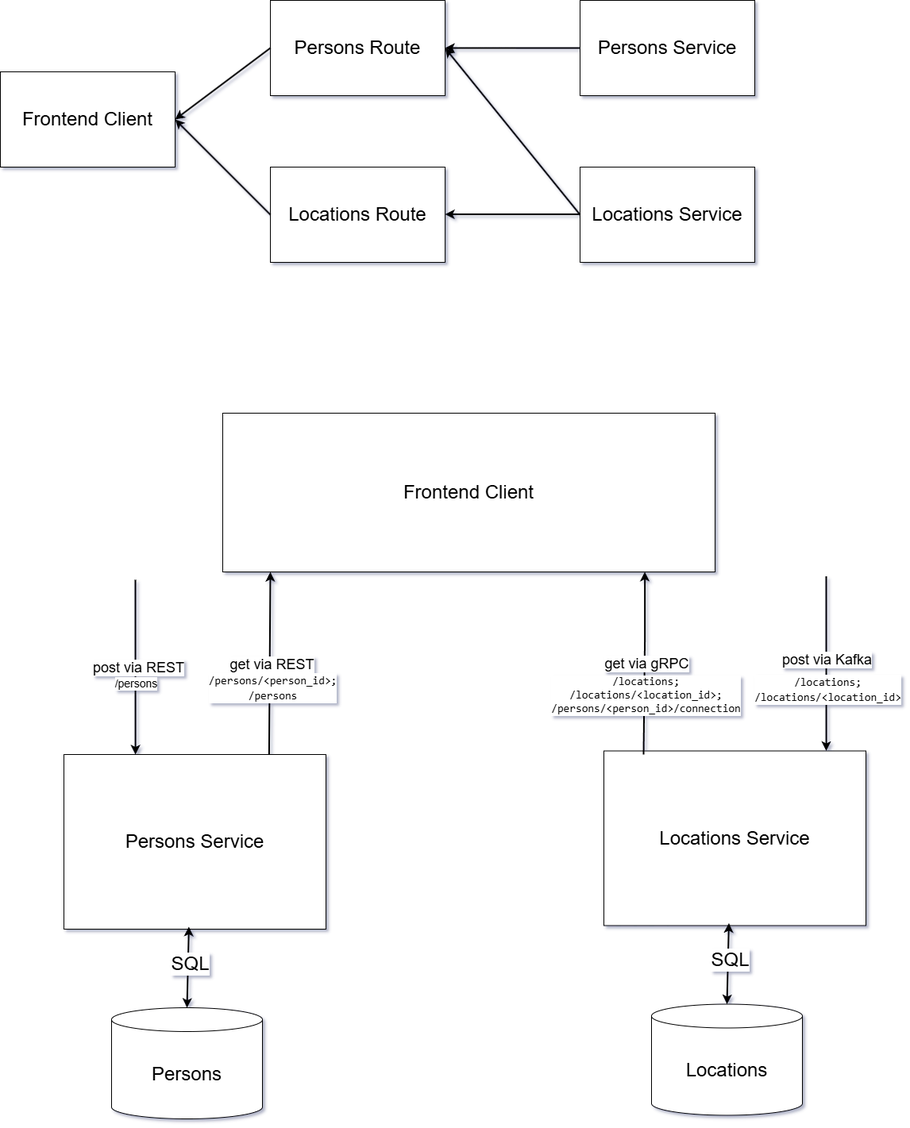
Above: docs/architecture_design.png in WinfriedBreuer/cd0309-message-passing-project_uidaconnect (draw.io), before the change. Source tidied: cells renumbered, new cells last; positions are measured from the earlier drawing's top-left corner, leaving out a move shared by most shapes.
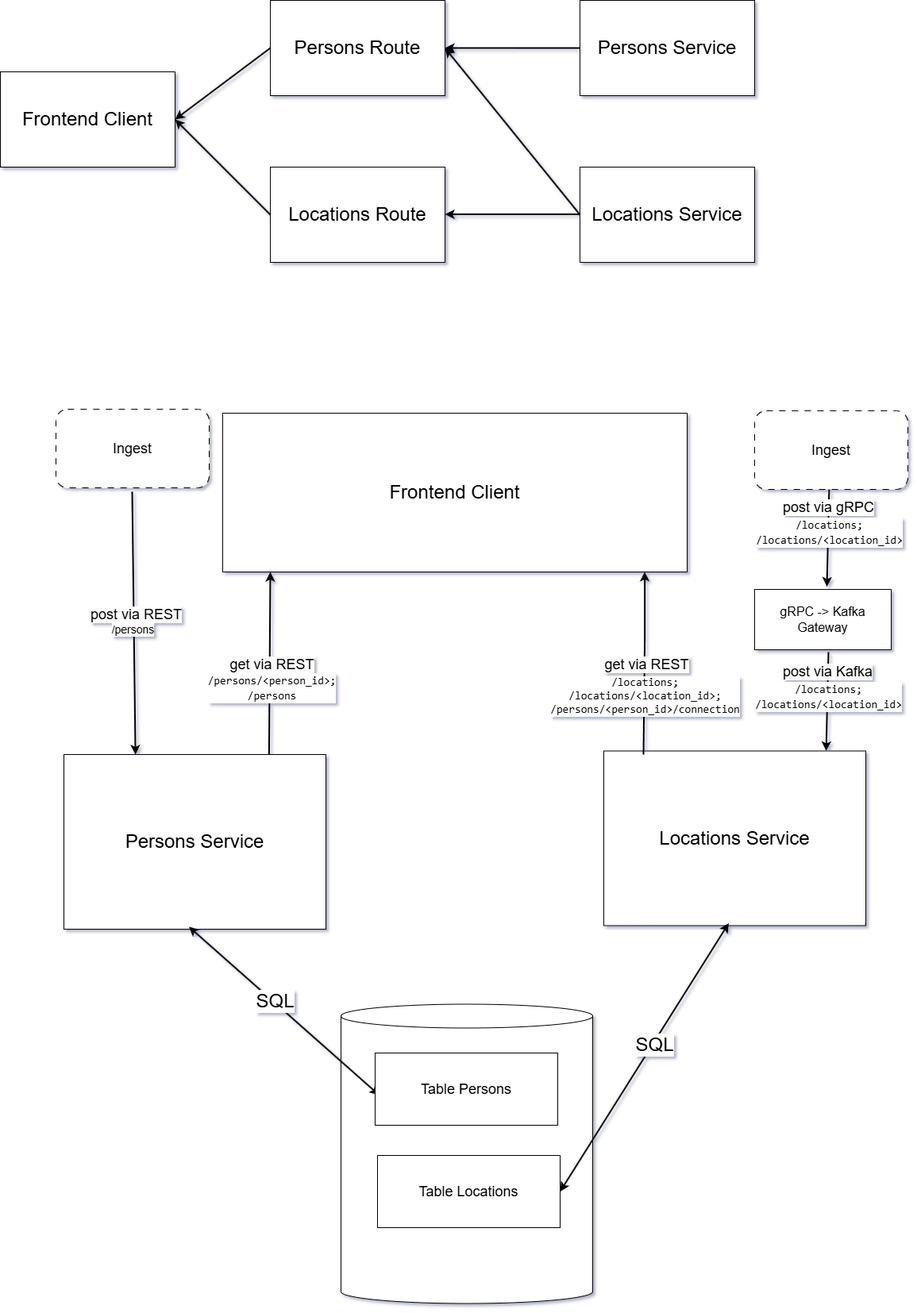
After the change.

Commit message:
modified architecture diagram

Change to the diagram source:
```diff
@@ -41,7 +41,7 @@
     </mxCell>
     <mxCell id="14" style="edgeStyle=none;jettySize=auto;html=1;rounded=0;strokeWidth=2;entryX=0.273;entryY=0;entryDx=0;entryDy=0;entryPerimeter=0;" parent="2" edge="1" target="13">
       <mxGeometry relative="1" as="geometry">
-        <mxPoint x="170" y="730" as="sourcePoint" />
+        <mxPoint x="166" y="619" as="sourcePoint" />
       </mxGeometry>
     </mxCell>
     <mxCell id="15" value="&lt;font style=&quot;font-size: 18px;&quot;&gt;post via REST&lt;/font&gt;" style="edgeLabel;html=1;align=center;verticalAlign=middle;fontFamily=Helvetica;fontSize=11;fontColor=default;labelBackgroundColor=default;" parent="14" vertex="1">
@@ -51,7 +51,7 @@
     </mxCell>
     <mxCell id="16" value="&lt;font style=&quot;font-size: 14px;&quot;&gt;/persons&lt;/font&gt;" style="edgeLabel;html=1;align=center;verticalAlign=middle;fontFamily=Helvetica;fontSize=11;fontColor=default;labelBackgroundColor=default;" parent="14" vertex="1">
       <mxGeometry x="0.25" relative="1" as="geometry">
-        <mxPoint y="-8" as="offset" />
+        <mxPoint x="-2" y="-34" as="offset" />
       </mxGeometry>
     </mxCell>
     <mxCell id="17" style="edgeStyle=none;jettySize=auto;html=1;rounded=0;strokeWidth=2;exitX=0.783;exitY=0.001;exitDx=0;exitDy=0;exitPerimeter=0;" parent="2" edge="1" source="13">
@@ -65,10 +65,10 @@
     <mxCell id="19" value="&lt;div style=&quot;font-family: Consolas, &amp;quot;Courier New&amp;quot;, monospace; font-size: 14px; line-height: 19px; white-space-collapse: preserve;&quot;&gt;&lt;font style=&quot;background-color: rgb(255, 255, 255); color: rgb(0, 0, 0);&quot;&gt;/persons/&amp;lt;person_id&amp;gt;;&lt;/font&gt;&lt;/div&gt;&lt;div style=&quot;font-family: Consolas, &amp;quot;Courier New&amp;quot;, monospace; font-size: 14px; line-height: 19px; white-space-collapse: preserve;&quot;&gt;/persons&lt;/div&gt;" style="edgeLabel;html=1;align=center;verticalAlign=middle;fontFamily=Helvetica;fontSize=11;fontColor=default;labelBackgroundColor=default;" parent="17" vertex="1">
       <mxGeometry x="-0.26" y="-3" relative="1" as="geometry" />
     </mxCell>
-    <mxCell id="20" value="&lt;font style=&quot;font-size: 24px;&quot;&gt;Persons&lt;/font&gt;" style="shape=cylinder3;whiteSpace=wrap;html=1;boundedLbl=1;backgroundOutline=1;size=15;fontFamily=Helvetica;fontSize=11;fontColor=default;labelBackgroundColor=default;" parent="2" vertex="1">
-      <mxGeometry x="140" y="1269" width="190" height="140" as="geometry" />
+    <mxCell id="20" style="shape=cylinder3;whiteSpace=wrap;html=1;boundedLbl=1;backgroundOutline=1;size=15;fontFamily=Helvetica;fontSize=11;fontColor=default;labelBackgroundColor=default;" parent="2" vertex="1">
+      <mxGeometry x="429" y="1264.5" width="317" height="377" as="geometry" />
     </mxCell>
-    <mxCell id="21" style="endArrow=classic;startArrow=classic;html=1;rounded=0;strokeColor=default;strokeWidth=2;align=center;verticalAlign=middle;fontFamily=Helvetica;fontSize=11;fontColor=default;labelBackgroundColor=default;edgeStyle=none;exitX=0.5;exitY=0;exitDx=0;exitDy=0;exitPerimeter=0;entryX=0.477;entryY=0.986;entryDx=0;entryDy=0;entryPerimeter=0;" parent="2" edge="1" source="20" target="13">
+    <mxCell id="21" style="endArrow=classic;startArrow=classic;html=1;rounded=0;strokeColor=default;strokeWidth=2;align=center;verticalAlign=middle;fontFamily=Helvetica;fontSize=11;fontColor=default;labelBackgroundColor=default;edgeStyle=none;entryX=0.477;entryY=0.986;entryDx=0;entryDy=0;entryPerimeter=0;exitX=0.022;exitY=0.582;exitDx=0;exitDy=0;exitPerimeter=0;" parent="2" edge="1" source="38" target="13">
       <mxGeometry relative="1" as="geometry" />
     </mxCell>
     <mxCell id="22" value="&lt;font style=&quot;font-size: 24px;&quot;&gt;SQL&lt;/font&gt;" style="edgeLabel;html=1;align=center;verticalAlign=middle;fontFamily=Helvetica;fontSize=11;fontColor=default;labelBackgroundColor=default;" parent="21" vertex="1">
@@ -79,17 +79,19 @@
     </mxCell>
     <mxCell id="24" style="edgeStyle=none;orthogonalLoop=1;jettySize=auto;html=1;rounded=0;strokeWidth=2;entryX=0.273;entryY=0;entryDx=0;entryDy=0;entryPerimeter=0;" parent="2" edge="1">
       <mxGeometry relative="1" as="geometry">
-        <mxPoint x="1040" y="725.5" as="sourcePoint" />
+        <mxPoint x="1043" y="821" as="sourcePoint" />
         <mxPoint x="1040.1" y="945.5" as="targetPoint" />
       </mxGeometry>
     </mxCell>
     <mxCell id="25" value="&lt;font style=&quot;font-size: 18px;&quot;&gt;post via Kafka&lt;/font&gt;" style="edgeLabel;html=1;align=center;verticalAlign=middle;fontFamily=Helvetica;fontSize=11;fontColor=default;labelBackgroundColor=default;" parent="24" vertex="1">
       <mxGeometry x="-0.18" y="3" relative="1" as="geometry">
-        <mxPoint x="-3" y="14" as="offset" />
+        <mxPoint x="-3" y="-27" as="offset" />
       </mxGeometry>
     </mxCell>
     <mxCell id="26" value="&lt;div style=&quot;font-family: Consolas, &amp;quot;Courier New&amp;quot;, monospace; line-height: 19px; white-space-collapse: preserve;&quot;&gt;&lt;font style=&quot;color: rgb(0, 0, 0); background-color: rgb(255, 255, 255);&quot;&gt;/locations;&lt;/font&gt;&lt;/div&gt;&lt;div style=&quot;font-family: Consolas, &amp;quot;Courier New&amp;quot;, monospace; line-height: 19px; white-space-collapse: preserve;&quot;&gt;&lt;font style=&quot;color: rgb(0, 0, 0); background-color: rgb(255, 255, 255);&quot;&gt;/locations/&amp;lt;location_id&amp;gt;&lt;/font&gt;&lt;/div&gt;" style="edgeLabel;html=1;align=center;verticalAlign=middle;fontFamily=Helvetica;fontSize=14;fontColor=default;labelBackgroundColor=default;" parent="24" vertex="1">
-      <mxGeometry x="0.28" y="1" relative="1" as="geometry" />
+      <mxGeometry x="0.28" y="1" relative="1" as="geometry">
+        <mxPoint y="-25" as="offset" />
+      </mxGeometry>
     </mxCell>
     <mxCell id="27" style="edgeStyle=none;orthogonalLoop=1;jettySize=auto;html=1;rounded=0;strokeWidth=2;exitX=0.783;exitY=0.001;exitDx=0;exitDy=0;exitPerimeter=0;" parent="2" edge="1">
       <mxGeometry relative="1" as="geometry">
@@ -100,23 +102,51 @@
         </Array>
       </mxGeometry>
     </mxCell>
-    <mxCell id="28" value="&lt;font style=&quot;font-size: 18px;&quot;&gt;get via&amp;nbsp;&lt;/font&gt;&lt;span style=&quot;font-size: 18px; background-color: light-dark(#ffffff, var(--ge-dark-color, #121212)); color: light-dark(rgb(0, 0, 0), rgb(255, 255, 255));&quot;&gt;gRPC&lt;/span&gt;" style="edgeLabel;html=1;align=center;verticalAlign=middle;fontFamily=Helvetica;fontSize=11;fontColor=default;labelBackgroundColor=default;" parent="27" vertex="1">
+    <mxCell id="28" value="&lt;font style=&quot;font-size: 18px;&quot;&gt;get via&amp;nbsp;&lt;/font&gt;&lt;span style=&quot;font-size: 18px; background-color: light-dark(#ffffff, var(--ge-dark-color, #121212)); color: light-dark(rgb(0, 0, 0), rgb(255, 255, 255));&quot;&gt;REST&lt;/span&gt;" style="edgeLabel;html=1;align=center;verticalAlign=middle;fontFamily=Helvetica;fontSize=11;fontColor=default;labelBackgroundColor=default;" parent="27" vertex="1">
       <mxGeometry x="-0.01" y="-2" relative="1" as="geometry" />
     </mxCell>
     <mxCell id="29" value="&lt;div&gt;&lt;span style=&quot;font-family: Consolas, &amp;quot;Courier New&amp;quot;, monospace; font-size: 14px; white-space-collapse: preserve;&quot;&gt;/locations;&lt;/span&gt;&lt;/div&gt;&lt;div&gt;&lt;span style=&quot;font-family: Consolas, &amp;quot;Courier New&amp;quot;, monospace; font-size: 14px; white-space-collapse: preserve;&quot;&gt;/locations/&amp;lt;location_id&amp;gt;;&lt;/span&gt;&lt;/div&gt;&lt;span style=&quot;font-family: Consolas, &amp;quot;Courier New&amp;quot;, monospace; font-size: 14px; white-space-collapse: preserve;&quot;&gt;/persons/&amp;lt;person_id&amp;gt;/connection&lt;/span&gt;" style="edgeLabel;html=1;align=center;verticalAlign=middle;fontFamily=Helvetica;fontSize=11;fontColor=default;labelBackgroundColor=default;" parent="27" vertex="1">
       <mxGeometry x="-0.36" y="-1" relative="1" as="geometry" />
     </mxCell>
-    <mxCell id="30" value="&lt;font style=&quot;font-size: 24px;&quot;&gt;Locations&lt;/font&gt;" style="shape=cylinder3;whiteSpace=wrap;html=1;boundedLbl=1;backgroundOutline=1;size=15;fontFamily=Helvetica;fontSize=11;fontColor=default;labelBackgroundColor=default;" parent="2" vertex="1">
-      <mxGeometry x="820" y="1264.5" width="190" height="140" as="geometry" />
-    </mxCell>
-    <mxCell id="31" style="endArrow=classic;startArrow=classic;html=1;rounded=0;strokeColor=default;strokeWidth=2;align=center;verticalAlign=middle;fontFamily=Helvetica;fontSize=11;fontColor=default;labelBackgroundColor=default;edgeStyle=none;exitX=0.5;exitY=0;exitDx=0;exitDy=0;exitPerimeter=0;entryX=0.477;entryY=0.986;entryDx=0;entryDy=0;entryPerimeter=0;" parent="2" edge="1" source="30" target="23">
+    <mxCell id="31" style="endArrow=classic;startArrow=classic;html=1;rounded=0;strokeColor=default;strokeWidth=2;align=center;verticalAlign=middle;fontFamily=Helvetica;fontSize=11;fontColor=default;labelBackgroundColor=default;edgeStyle=none;entryX=0.477;entryY=0.986;entryDx=0;entryDy=0;entryPerimeter=0;exitX=1;exitY=0.5;exitDx=0;exitDy=0;" parent="2" edge="1" source="39" target="23">
       <mxGeometry relative="1" as="geometry" />
     </mxCell>
     <mxCell id="32" value="&lt;font style=&quot;font-size: 24px;&quot;&gt;SQL&lt;/font&gt;" style="edgeLabel;html=1;align=center;verticalAlign=middle;fontFamily=Helvetica;fontSize=11;fontColor=default;labelBackgroundColor=default;" parent="31" vertex="1">
       <mxGeometry x="0.1" y="-2" relative="1" as="geometry" />
     </mxCell>
     <mxCell id="33" value="&lt;font style=&quot;font-size: 24px;&quot;&gt;Frontend Client&lt;/font&gt;" style="whiteSpace=wrap;html=1;fontFamily=Helvetica;fontSize=11;fontColor=default;labelBackgroundColor=default;" parent="2" vertex="1">
-      <mxGeometry x="280" y="520" width="620" height="200" as="geometry" />
+      <mxGeometry x="280" y="520" width="585" height="200" as="geometry" />
     </mxCell>
+    <mxCell id="34" value="&lt;font size=&quot;3&quot;&gt;gRPC -&amp;gt; Kafka Gateway&lt;/font&gt;" style="rounded=0;whiteSpace=wrap;html=1;fillColor=#FFFFFF;" parent="2" vertex="1">
+      <mxGeometry x="950" y="742" width="172" height="76" as="geometry" />
+    </mxCell>
+    <mxCell id="35" style="edgeStyle=none;orthogonalLoop=1;jettySize=auto;html=1;rounded=0;strokeWidth=2;entryX=0.273;entryY=0;entryDx=0;entryDy=0;entryPerimeter=0;" parent="2" edge="1">
+      <mxGeometry relative="1" as="geometry">
+        <mxPoint x="1043.9" y="614" as="sourcePoint" />
+        <mxPoint x="1041" y="738.5" as="targetPoint" />
+      </mxGeometry>
+    </mxCell>
+    <mxCell id="36" value="&lt;font style=&quot;font-size: 18px;&quot;&gt;post via gRPC&lt;/font&gt;" style="edgeLabel;html=1;align=center;verticalAlign=middle;fontFamily=Helvetica;fontSize=11;fontColor=default;labelBackgroundColor=default;" parent="35" vertex="1">
+      <mxGeometry x="-0.18" y="3" relative="1" as="geometry">
+        <mxPoint x="-3" y="-27" as="offset" />
+      </mxGeometry>
+    </mxCell>
+    <mxCell id="37" value="&lt;div style=&quot;font-family: Consolas, &amp;quot;Courier New&amp;quot;, monospace; line-height: 19px; white-space-collapse: preserve;&quot;&gt;&lt;font style=&quot;color: rgb(0, 0, 0); background-color: rgb(255, 255, 255);&quot;&gt;/locations;&lt;/font&gt;&lt;/div&gt;&lt;div style=&quot;font-family: Consolas, &amp;quot;Courier New&amp;quot;, monospace; line-height: 19px; white-space-collapse: preserve;&quot;&gt;&lt;font style=&quot;color: rgb(0, 0, 0); background-color: rgb(255, 255, 255);&quot;&gt;/locations/&amp;lt;location_id&amp;gt;&lt;/font&gt;&lt;/div&gt;" style="edgeLabel;html=1;align=center;verticalAlign=middle;fontFamily=Helvetica;fontSize=14;fontColor=default;labelBackgroundColor=default;" parent="35" vertex="1">
+      <mxGeometry x="0.28" y="1" relative="1" as="geometry">
+        <mxPoint y="-25" as="offset" />
+      </mxGeometry>
+    </mxCell>
+    <mxCell id="38" value="&lt;font style=&quot;font-size: 18px;&quot;&gt;Table Persons&lt;/font&gt;" style="rounded=0;whiteSpace=wrap;html=1;" parent="2" vertex="1">
+      <mxGeometry x="472" y="1326" width="230" height="91" as="geometry" />
+    </mxCell>
+    <mxCell id="39" value="&lt;font style=&quot;font-size: 18px;&quot;&gt;Table Locations&lt;/font&gt;" style="rounded=0;whiteSpace=wrap;html=1;" parent="2" vertex="1">
+      <mxGeometry x="475" y="1455" width="230" height="91" as="geometry" />
+    </mxCell>
+    <mxCell id="40" value="&lt;font style=&quot;font-size: 18px;&quot;&gt;Ingest&lt;/font&gt;" style="rounded=1;whiteSpace=wrap;html=1;dashed=1;dashPattern=8 8;" parent="2" vertex="1">
+      <mxGeometry x="950" y="517" width="193" height="99" as="geometry" />
+    </mxCell>
+    <mxCell id="41" value="&lt;font style=&quot;font-size: 18px;&quot;&gt;Ingest&lt;/font&gt;" style="rounded=1;whiteSpace=wrap;html=1;dashed=1;dashPattern=8 8;" parent="2" vertex="1">
+      <mxGeometry x="70" y="515" width="193" height="99" as="geometry" />
+    </mxCell>
   </root>
 </mxGraphModel>
```
